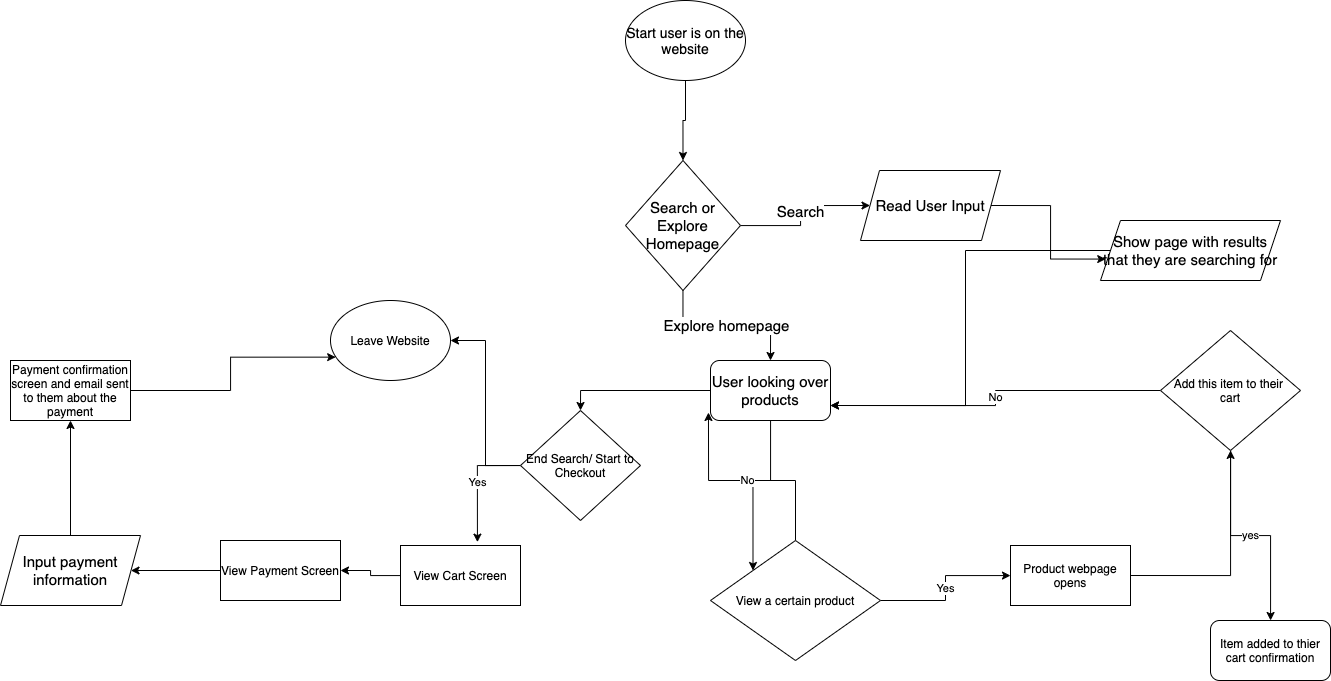
Above: part2/part2.drawio.png in jkhaliqi/wi21-cse110-lab4 (draw.io), before the change. Source tidied: cells renumbered, new cells last; positions are measured from the earlier drawing's top-left corner, leaving out a move shared by most shapes.
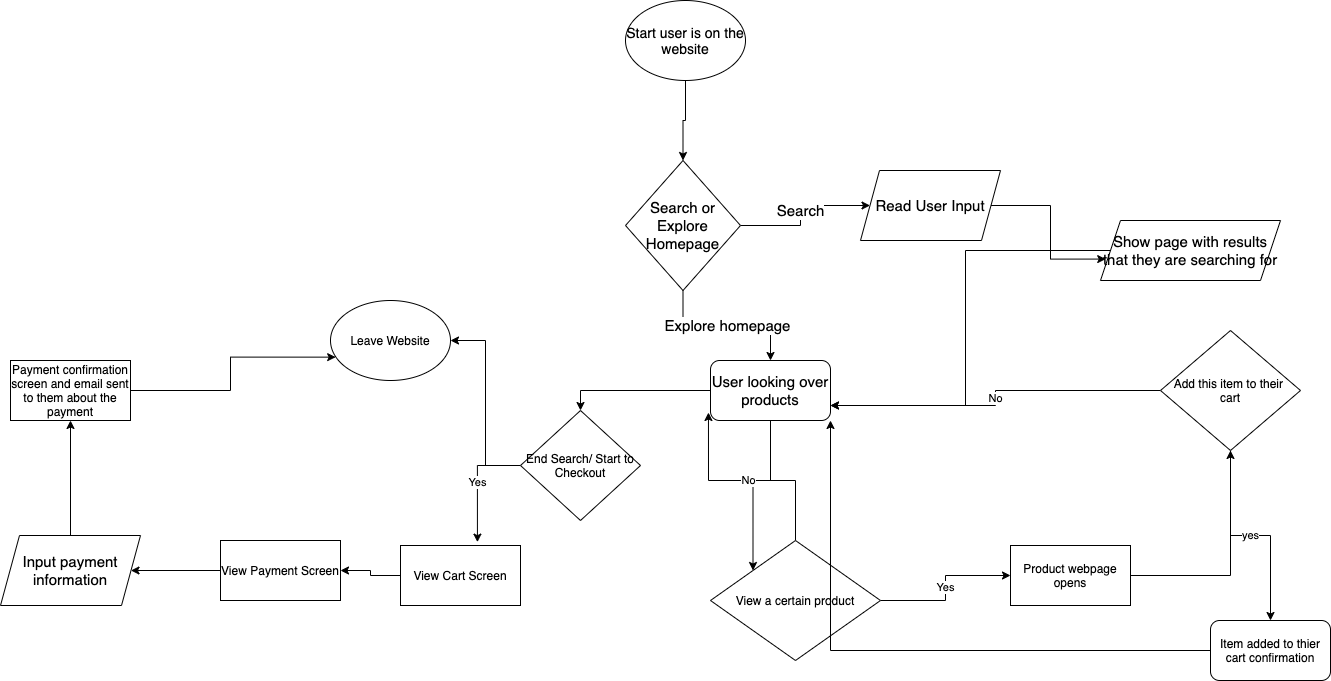
After the commit.

Diff of the diagram source:
```diff
@@ -62,6 +62,9 @@
     <mxCell id="21" value="Add this item to their &lt;br&gt;cart" style="rhombus;whiteSpace=wrap;html=1;" parent="1" vertex="1">
       <mxGeometry x="1160" y="330" width="140" height="120" as="geometry" />
     </mxCell>
+    <mxCell id="35" style="edgeStyle=orthogonalEdgeStyle;rounded=0;jettySize=auto;html=1;entryX=1;entryY=1;entryDx=0;entryDy=0;" parent="1" edge="1" source="22" target="9">
+      <mxGeometry relative="1" as="geometry" />
+    </mxCell>
     <mxCell id="22" value="Item added to thier cart confirmation" style="rounded=1;whiteSpace=wrap;html=1;" parent="1" vertex="1">
       <mxGeometry x="1210" y="620" width="120" height="60" as="geometry" />
     </mxCell>
```
